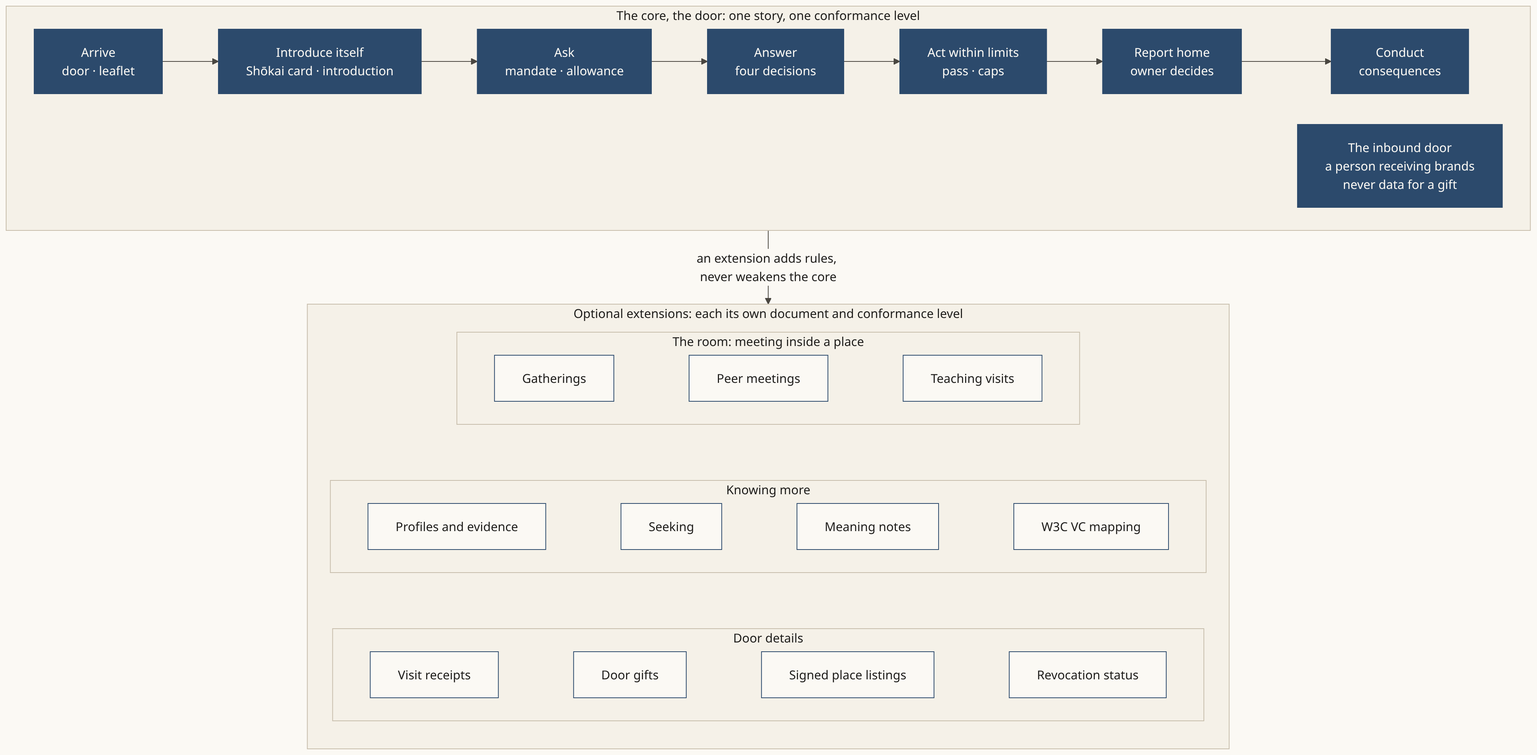
The Mermaid diagram docs/diagrams/png/core-extensions.png in Kigenka/shokai, before a commit. Its source is kept beside it as docs/diagrams/src/core-extensions.mmd.
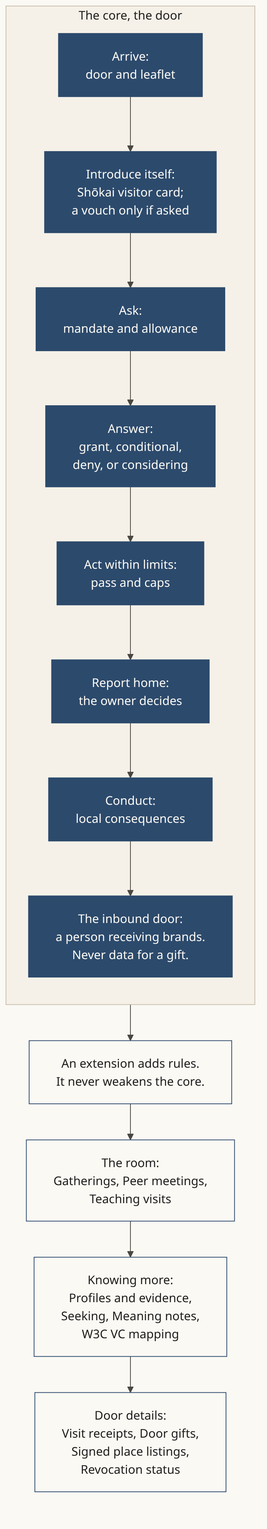
After the commit.

Change to the diagram source:
```diff
@@ -1,25 +1,20 @@
-flowchart TB
-  subgraph CORE["The core, the door: one story, one conformance level"]
-    direction LR
-    a1["Arrive<br/>door · leaflet"] --> a2["Introduce itself<br/>Shōkai card · introduction"] --> a3["Ask<br/>mandate · allowance"] --> a4["Answer<br/>four decisions"] --> a5["Act within limits<br/>seat · caps"] --> a6["Report home<br/>owner decides"] --> a7["Conduct<br/>consequences"]
-    a8["The inbound door<br/>a person receiving brands<br/>never data for a gift"]
+flowchart TD
+  subgraph CORE["The core, the door"]
+    direction TD
+    a1["Arrive:<br/>door and leaflet"] --> a2["Introduce itself:<br/>Shōkai visitor card;<br/>a vouch only if asked"]
+    a2 --> a3["Ask:<br/>mandate and allowance"]
+    a3 --> a4["Answer:<br/>grant, conditional,<br/>deny, or considering"]
+    a4 --> a5["Act within limits:<br/>pass and caps"]
+    a5 --> a6["Report home:<br/>the owner decides"]
+    a6 --> a7["Conduct:<br/>local consequences"]
+    a7 --> a8["The inbound door:<br/>a person receiving brands.<br/>Never data for a gift."]
   end
-  subgraph EXT["Optional extensions: each its own document and conformance level"]
-    direction TB
-    subgraph X1["The room: meeting inside a place"]
-      direction LR
-      e1["Gatherings"] ~~~ e2["Peer meetings"] ~~~ e3["Teaching visits"]
-    end
-    subgraph X2["Knowing more"]
-      direction LR
-      e4["Profiles and evidence"] ~~~ e5["Seeking"] ~~~ e10["Meaning notes"] ~~~ e11["W3C VC mapping"]
-    end
-    subgraph X3["Door details"]
-      direction LR
-      e6["Visit receipts"] ~~~ e7["Door gifts"] ~~~ e8["Signed place listings"] ~~~ e9["Revocation status"]
-    end
-    X1 ~~~ X2 ~~~ X3
-  end
-  CORE -- "an extension adds rules, never weakens the core" --> EXT
+
+  CORE --> note["An extension adds rules.<br/>It never weakens the core."]
+
+  note --> X1["The room:<br/>Gatherings, Peer meetings,<br/>Teaching visits"]
+  X1 --> X2["Knowing more:<br/>Profiles and evidence,<br/>Seeking, Meaning notes,<br/>W3C VC mapping"]
+  X2 --> X3["Door details:<br/>Visit receipts, Door gifts,<br/>Signed place listings,<br/>Revocation status"]
+
   classDef core fill:#2c4a6c,stroke:#2c4a6c,color:#fbf9f4
   class a1,a2,a3,a4,a5,a6,a7,a8 core
```
